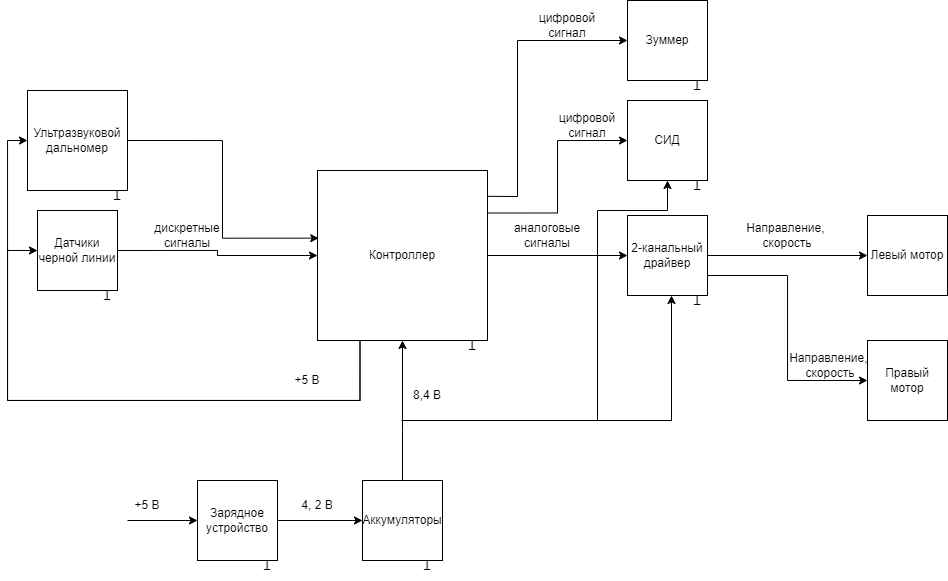
The draw.io diagram AcariTech struct.drawio.png in ksinph/PSTU_LABS_2023, before a commit. Source tidied: cells renumbered, new cells last; positions are measured from the earlier drawing's top-left corner, leaving out a move shared by most shapes.
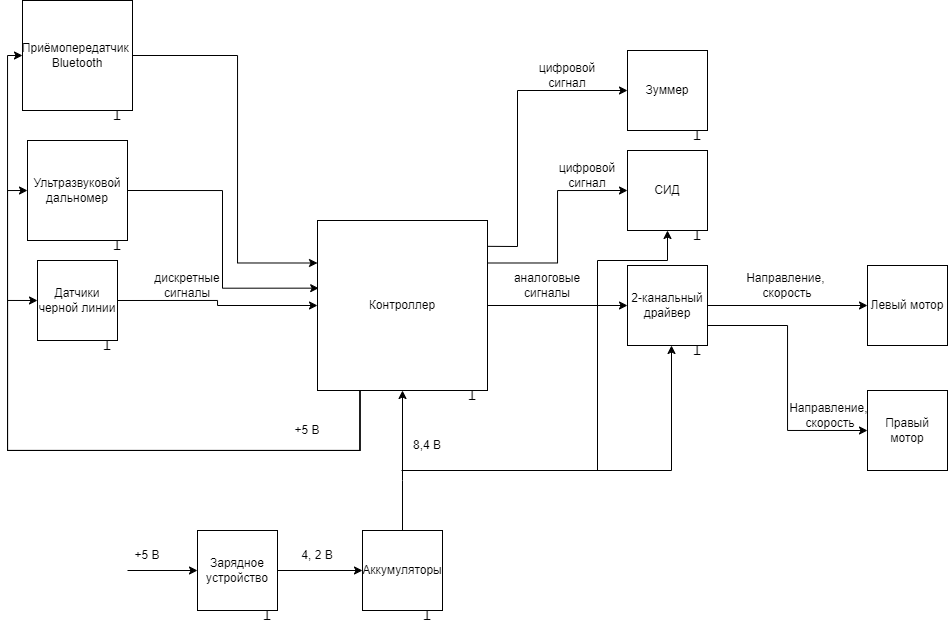
After the commit.

What changed in the source:
```diff
@@ -26,6 +26,15 @@
     <mxCell id="5" style="edgeStyle=orthogonalEdgeStyle;rounded=0;jettySize=auto;html=1;exitX=1;exitY=0.25;exitDx=0;exitDy=0;entryX=0;entryY=0.5;entryDx=0;entryDy=0;" parent="1" edge="1" source="6" target="36">
       <mxGeometry relative="1" as="geometry" />
     </mxCell>
+    <mxCell id="44" style="edgeStyle=orthogonalEdgeStyle;rounded=0;jettySize=auto;html=1;exitX=0.25;exitY=1;exitDx=0;exitDy=0;entryX=0;entryY=0.5;entryDx=0;entryDy=0;" parent="1" edge="1" source="6" target="46">
+      <mxGeometry relative="1" as="geometry">
+        <Array as="points">
+          <mxPoint x="352" y="400" />
+          <mxPoint y="400" />
+          <mxPoint y="5" />
+        </Array>
+      </mxGeometry>
+    </mxCell>
     <mxCell id="6" value="Контроллер" style="whiteSpace=wrap;html=1;" parent="1" vertex="1">
       <mxGeometry x="310" y="170" width="170" height="170" as="geometry" />
     </mxCell>
@@ -166,5 +175,19 @@
     <mxCell id="43" value="T" style="text;html=1;align=center;verticalAlign=middle;whiteSpace=wrap;rounded=0;rotation=-180;" parent="1" vertex="1">
       <mxGeometry x="660" y="170" width="60" height="30" as="geometry" />
     </mxCell>
+    <mxCell id="45" style="edgeStyle=orthogonalEdgeStyle;rounded=0;jettySize=auto;html=1;exitX=1;exitY=0.5;exitDx=0;exitDy=0;entryX=0;entryY=0.25;entryDx=0;entryDy=0;" parent="1" edge="1" source="46" target="6">
+      <mxGeometry relative="1" as="geometry">
+        <Array as="points">
+          <mxPoint x="230" y="5" />
+          <mxPoint x="230" y="212" />
+        </Array>
+      </mxGeometry>
+    </mxCell>
+    <mxCell id="46" value="Приёмопередатчик&amp;nbsp;&lt;div&gt;Bluetooth&lt;/div&gt;" style="whiteSpace=wrap;html=1;" parent="1" vertex="1">
+      <mxGeometry x="15" y="-50" width="110" height="110" as="geometry" />
+    </mxCell>
+    <mxCell id="47" value="T" style="text;html=1;align=center;verticalAlign=middle;whiteSpace=wrap;rounded=0;rotation=-180;" parent="1" vertex="1">
+      <mxGeometry x="80" y="50" width="60" height="30" as="geometry" />
+    </mxCell>
   </root>
 </mxGraphModel>
```
